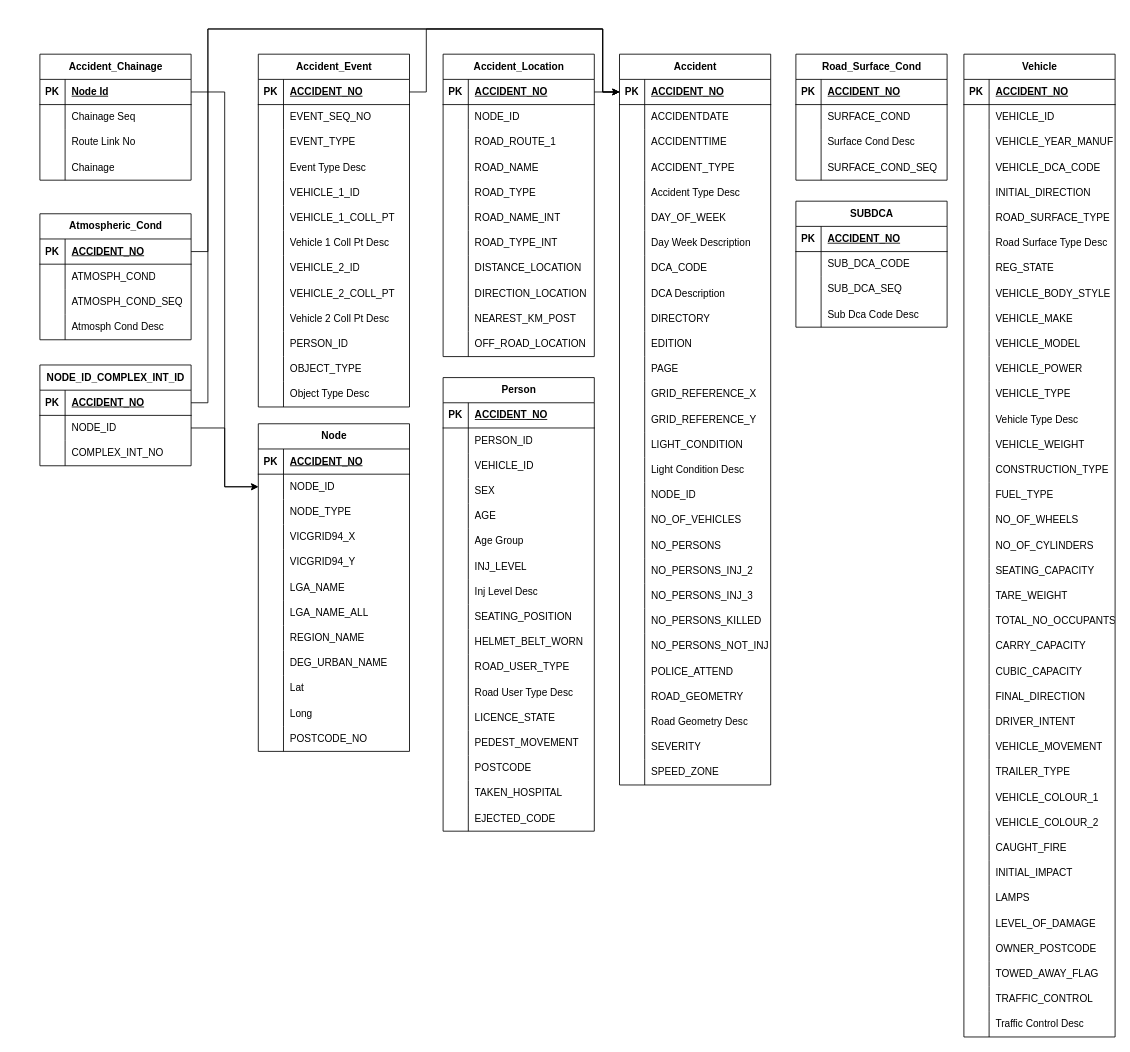
The draw.io diagram Untitled Diagram.drawio in khuongbui11/Harrybui.github.io, before the edit. Source tidied: cells renumbered, new cells numbered last; positions are measured from the earlier drawing's top-left corner, leaving out a move shared by most shapes. Both pictures are drawn from the tidied source at 84%, with x=0, y=0 at pixel (39, 29).
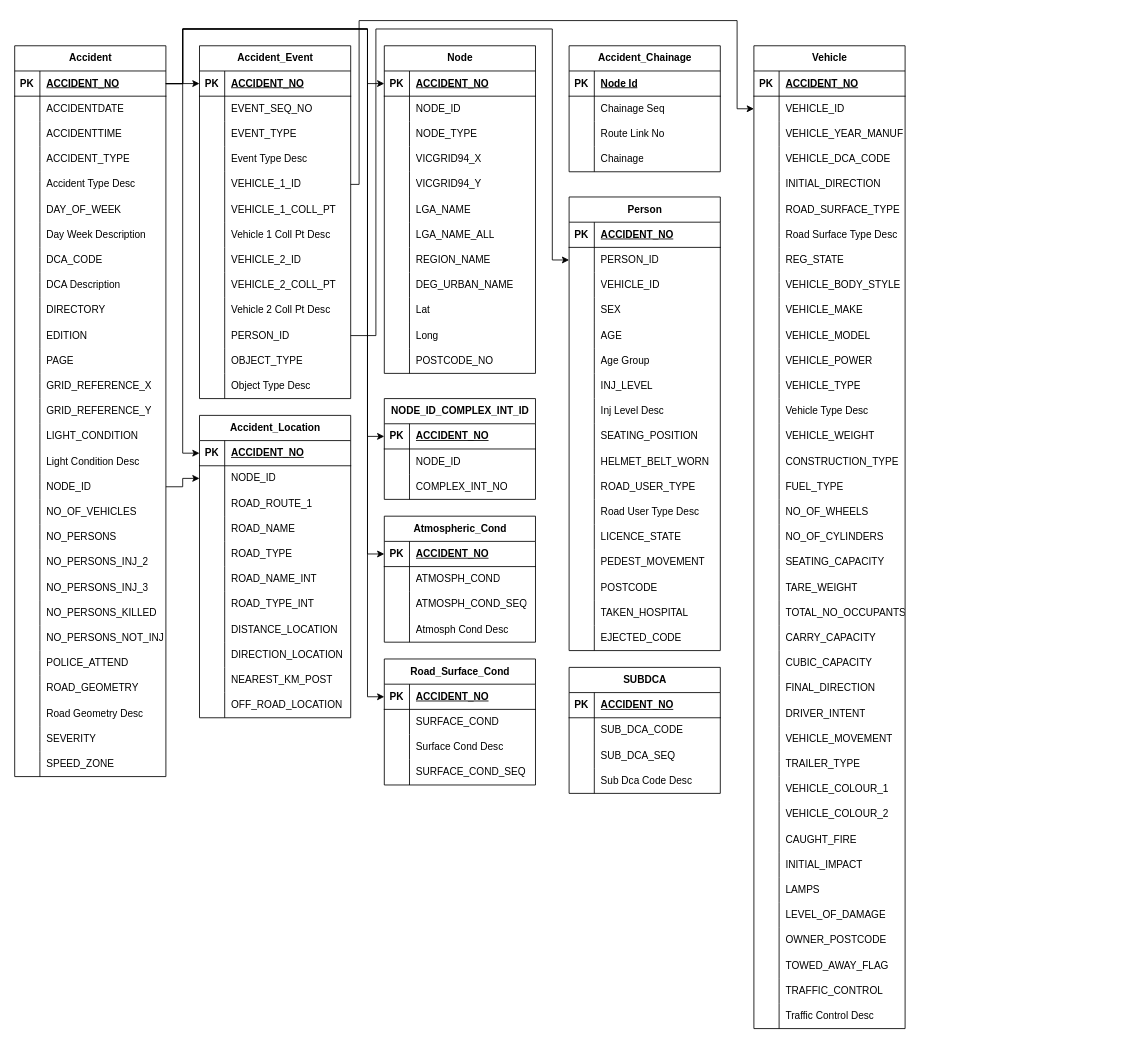
Above is the later version.

The change refers to these unchanged cells:
```xml
<mxCell id="3" style="shape=tableRow;horizontal=0;startSize=0;swimlaneHead=0;swimlaneBody=0;fillColor=none;points=[[0,0.5],[1,0.5]];portConstraint=eastwest;top=0;left=0;right=0;bottom=1;" parent="2" vertex="1">
  <mxGeometry y="30" width="180" height="30" as="geometry" />
</mxCell>
<mxCell id="16" style="shape=tableRow;horizontal=0;startSize=0;swimlaneHead=0;swimlaneBody=0;fillColor=none;points=[[0,0.5],[1,0.5]];portConstraint=eastwest;top=0;left=0;right=0;bottom=1;" parent="15" vertex="1">
  <mxGeometry y="30" width="180" height="30" as="geometry" />
</mxCell>
<mxCell id="28" style="shape=tableRow;horizontal=0;startSize=0;swimlaneHead=0;swimlaneBody=0;fillColor=none;points=[[0,0.5],[1,0.5]];portConstraint=eastwest;top=0;left=0;right=0;bottom=0;" parent="15" vertex="1">
  <mxGeometry y="150" width="180" height="30" as="geometry" />
</mxCell>
<mxCell id="46" style="shape=tableRow;horizontal=0;startSize=0;swimlaneHead=0;swimlaneBody=0;fillColor=none;points=[[0,0.5],[1,0.5]];portConstraint=eastwest;top=0;left=0;right=0;bottom=0;" parent="15" vertex="1">
  <mxGeometry y="330" width="180" height="30" as="geometry" />
</mxCell>
<mxCell id="56" style="shape=tableRow;horizontal=0;startSize=0;swimlaneHead=0;swimlaneBody=0;fillColor=none;points=[[0,0.5],[1,0.5]];portConstraint=eastwest;top=0;left=0;right=0;bottom=1;" parent="55" vertex="1">
  <mxGeometry y="30" width="180" height="30" as="geometry" />
</mxCell>
<mxCell id="59" style="shape=tableRow;horizontal=0;startSize=0;swimlaneHead=0;swimlaneBody=0;fillColor=none;points=[[0,0.5],[1,0.5]];portConstraint=eastwest;top=0;left=0;right=0;bottom=0;" parent="55" vertex="1">
  <mxGeometry y="60" width="180" height="30" as="geometry" />
</mxCell>
<mxCell id="90" style="shape=tableRow;horizontal=0;startSize=0;swimlaneHead=0;swimlaneBody=0;fillColor=none;points=[[0,0.5],[1,0.5]];portConstraint=eastwest;top=0;left=0;right=0;bottom=1;" parent="89" vertex="1">
  <mxGeometry y="30" width="180" height="30" as="geometry" />
</mxCell>
<mxCell id="93" style="shape=tableRow;horizontal=0;startSize=0;swimlaneHead=0;swimlaneBody=0;fillColor=none;points=[[0,0.5],[1,0.5]];portConstraint=eastwest;top=0;left=0;right=0;bottom=0;" parent="89" vertex="1">
  <mxGeometry y="60" width="180" height="30" as="geometry" />
</mxCell>
<mxCell id="127" style="shape=tableRow;horizontal=0;startSize=0;swimlaneHead=0;swimlaneBody=0;fillColor=none;points=[[0,0.5],[1,0.5]];portConstraint=eastwest;top=0;left=0;right=0;bottom=1;" parent="126" vertex="1">
  <mxGeometry y="30" width="180" height="30" as="geometry" />
</mxCell>
<mxCell id="175" style="shape=tableRow;horizontal=0;startSize=0;swimlaneHead=0;swimlaneBody=0;fillColor=none;points=[[0,0.5],[1,0.5]];portConstraint=eastwest;top=0;left=0;right=0;bottom=0;" parent="126" vertex="1">
  <mxGeometry y="510" width="180" height="30" as="geometry" />
</mxCell>
<mxCell id="212" style="shape=tableRow;horizontal=0;startSize=0;swimlaneHead=0;swimlaneBody=0;fillColor=none;points=[[0,0.5],[1,0.5]];portConstraint=eastwest;top=0;left=0;right=0;bottom=1;" parent="211" vertex="1">
  <mxGeometry y="30" width="180" height="30" as="geometry" />
</mxCell>
<mxCell id="225" style="shape=tableRow;horizontal=0;startSize=0;swimlaneHead=0;swimlaneBody=0;fillColor=none;points=[[0,0.5],[1,0.5]];portConstraint=eastwest;top=0;left=0;right=0;bottom=1;" parent="224" vertex="1">
  <mxGeometry y="30" width="180" height="30" as="geometry" />
</mxCell>
<mxCell id="228" style="shape=tableRow;horizontal=0;startSize=0;swimlaneHead=0;swimlaneBody=0;fillColor=none;points=[[0,0.5],[1,0.5]];portConstraint=eastwest;top=0;left=0;right=0;bottom=0;" parent="224" vertex="1">
  <mxGeometry y="60" width="180" height="30" as="geometry" />
</mxCell>
<mxCell id="238" style="shape=tableRow;horizontal=0;startSize=0;swimlaneHead=0;swimlaneBody=0;fillColor=none;points=[[0,0.5],[1,0.5]];portConstraint=eastwest;top=0;left=0;right=0;bottom=0;" parent="234" vertex="1">
  <mxGeometry y="60" width="180" height="30" as="geometry" />
</mxCell>
<mxCell id="287" style="shape=tableRow;horizontal=0;startSize=0;swimlaneHead=0;swimlaneBody=0;fillColor=none;points=[[0,0.5],[1,0.5]];portConstraint=eastwest;top=0;left=0;right=0;bottom=1;" parent="286" vertex="1">
  <mxGeometry y="30" width="180" height="30" as="geometry" />
</mxCell>
<mxCell id="316" style="shape=tableRow;horizontal=0;startSize=0;swimlaneHead=0;swimlaneBody=0;fillColor=none;points=[[0,0.5],[1,0.5]];portConstraint=eastwest;top=0;left=0;right=0;bottom=0;" parent="312" vertex="1">
  <mxGeometry y="60" width="180" height="30" as="geometry" />
</mxCell>
```

Change to the diagram source:
```diff
@@
     <mxCell id="2" value="Accident_Chainage" style="shape=table;startSize=30;childLayout=tableLayout;rowLines=0;fontStyle=1;align=center;html=1;" parent="1" vertex="1">
-      <mxGeometry y="30" width="180" height="150" as="geometry" />
+      <mxGeometry x="630" y="20" width="180" height="150" as="geometry" />
     </mxCell>
@@
     <mxCell id="15" value="Accident_Event" style="shape=table;startSize=30;childLayout=tableLayout;rowLines=0;fontStyle=1;align=center;html=1;" parent="1" vertex="1">
-      <mxGeometry x="260" y="30" width="180" height="420" as="geometry" />
+      <mxGeometry x="190" y="20" width="180" height="420" as="geometry" />
     </mxCell>
@@
     <mxCell id="55" value="Accident_Location" style="shape=table;startSize=30;childLayout=tableLayout;rowLines=0;fontStyle=1;align=center;html=1;" parent="1" vertex="1">
-      <mxGeometry x="480" y="30" width="180" height="360" as="geometry" />
+      <mxGeometry x="190" y="460" width="180" height="360" as="geometry" />
     </mxCell>
@@
     <mxCell id="89" value="Node" style="shape=table;startSize=30;childLayout=tableLayout;rowLines=0;fontStyle=1;align=center;html=1;" parent="1" vertex="1">
-      <mxGeometry x="260" y="470" width="180" height="390" as="geometry" />
+      <mxGeometry x="410" y="20" width="180" height="390" as="geometry" />
     </mxCell>
@@
     <mxCell id="126" value="Accident" style="shape=table;startSize=30;childLayout=tableLayout;rowLines=0;fontStyle=1;align=center;html=1;" parent="1" vertex="1">
-      <mxGeometry x="690" y="30" width="180" height="870" as="geometry" />
+      <mxGeometry x="-30" y="20" width="180" height="870" as="geometry" />
     </mxCell>
@@
     <mxCell id="211" value="Atmospheric_Cond" style="shape=table;startSize=30;childLayout=tableLayout;rowLines=0;fontStyle=1;align=center;html=1;" parent="1" vertex="1">
-      <mxGeometry y="220" width="180" height="150" as="geometry" />
+      <mxGeometry x="410" y="580" width="180" height="150" as="geometry" />
     </mxCell>
@@
     <mxCell id="224" value="NODE_ID_COMPLEX_INT_ID" style="shape=table;startSize=30;childLayout=tableLayout;rowLines=0;fontStyle=1;align=center;html=1;" parent="1" vertex="1">
-      <mxGeometry y="400" width="180" height="120" as="geometry" />
+      <mxGeometry x="410" y="440" width="180" height="120" as="geometry" />
     </mxCell>
@@
     <mxCell id="234" value="Person" style="shape=table;startSize=30;childLayout=tableLayout;rowLines=0;fontStyle=1;align=center;html=1;" parent="1" vertex="1">
-      <mxGeometry x="480" y="415" width="180" height="540" as="geometry" />
+      <mxGeometry x="630" y="200" width="180" height="540" as="geometry" />
     </mxCell>
@@
     <mxCell id="286" value="Road_Surface_Cond" style="shape=table;startSize=30;childLayout=tableLayout;rowLines=0;fontStyle=1;align=center;html=1;" parent="1" vertex="1">
-      <mxGeometry x="900" y="30" width="180" height="150" as="geometry" />
+      <mxGeometry x="410" y="750" width="180" height="150" as="geometry" />
     </mxCell>
@@
     <mxCell id="299" value="SUBDCA" style="shape=table;startSize=30;childLayout=tableLayout;rowLines=0;fontStyle=1;align=center;html=1;" parent="1" vertex="1">
-      <mxGeometry x="900" y="205" width="180" height="150" as="geometry" />
+      <mxGeometry x="630" y="760" width="180" height="150" as="geometry" />
     </mxCell>
@@
     <mxCell id="312" value="Vehicle" style="shape=table;startSize=30;childLayout=tableLayout;rowLines=0;fontStyle=1;align=center;html=1;" parent="1" vertex="1">
-      <mxGeometry x="1100" y="30" width="180" height="1170" as="geometry" />
+      <mxGeometry x="850" y="20" width="180" height="1170" as="geometry" />
     </mxCell>
@@
-    <mxCell id="427" style="endArrow=none;html=1;rounded=0;exitX=1;exitY=0.5;exitDx=0;exitDy=0;entryX=0;entryY=0.5;entryDx=0;entryDy=0;" parent="1" edge="1" source="56" target="127">
-      <mxGeometry relative="1" as="geometry" />
-    </mxCell>
-    <mxCell id="428" style="edgeStyle=orthogonalEdgeStyle;rounded=0;jettySize=auto;html=1;exitX=1;exitY=0.5;exitDx=0;exitDy=0;entryX=0;entryY=0.5;entryDx=0;entryDy=0;" parent="1" edge="1" source="16" target="127">
-      <mxGeometry relative="1" as="geometry">
-        <Array as="points">
-          <mxPoint x="460" y="75" />
-          <mxPoint x="460" />
-          <mxPoint x="670" />
-          <mxPoint x="670" y="75" />
-        </Array>
-      </mxGeometry>
-    </mxCell>
-    <mxCell id="429" style="edgeStyle=orthogonalEdgeStyle;rounded=0;jettySize=auto;html=1;exitX=1;exitY=0.5;exitDx=0;exitDy=0;" parent="1" edge="1" source="212" target="127">
-      <mxGeometry relative="1" as="geometry">
-        <Array as="points">
-          <mxPoint x="200" y="265" />
-          <mxPoint x="200" />
-          <mxPoint x="670" />
-          <mxPoint x="670" y="75" />
-        </Array>
-      </mxGeometry>
-    </mxCell>
-    <mxCell id="430" style="edgeStyle=orthogonalEdgeStyle;rounded=0;jettySize=auto;html=1;exitX=1;exitY=0.5;exitDx=0;exitDy=0;" parent="1" edge="1" source="225" target="127">
-      <mxGeometry relative="1" as="geometry">
-        <Array as="points">
-          <mxPoint x="200" y="445" />
-          <mxPoint x="200" />
-          <mxPoint x="670" />
-          <mxPoint x="670" y="75" />
-        </Array>
-      </mxGeometry>
-    </mxCell>
-    <mxCell id="431" style="edgeStyle=orthogonalEdgeStyle;rounded=0;jettySize=auto;html=1;exitX=1;exitY=0.5;exitDx=0;exitDy=0;" parent="1" edge="1" source="3" target="93">
-      <mxGeometry relative="1" as="geometry" />
-    </mxCell>
-    <mxCell id="432" style="edgeStyle=orthogonalEdgeStyle;rounded=0;jettySize=auto;html=1;exitX=1;exitY=0.5;exitDx=0;exitDy=0;entryX=0;entryY=0.5;entryDx=0;entryDy=0;" parent="1" edge="1" source="228" target="93">
-      <mxGeometry relative="1" as="geometry" />
-    </mxCell>
+    <mxCell id="433" style="edgeStyle=orthogonalEdgeStyle;rounded=0;jettySize=auto;html=1;exitX=1;exitY=0.5;exitDx=0;exitDy=0;entryX=0;entryY=0.5;entryDx=0;entryDy=0;" parent="1" edge="1" source="127" target="16">
+      <mxGeometry relative="1" as="geometry" />
+    </mxCell>
+    <mxCell id="434" style="edgeStyle=orthogonalEdgeStyle;rounded=0;jettySize=auto;html=1;exitX=1;exitY=0.5;exitDx=0;exitDy=0;entryX=0;entryY=0.5;entryDx=0;entryDy=0;" parent="1" edge="1" source="127" target="56">
+      <mxGeometry relative="1" as="geometry" />
+    </mxCell>
+    <mxCell id="435" style="edgeStyle=orthogonalEdgeStyle;rounded=0;jettySize=auto;html=1;exitX=1;exitY=0.5;exitDx=0;exitDy=0;entryX=0;entryY=0.5;entryDx=0;entryDy=0;" parent="1" edge="1" source="127" target="90">
+      <mxGeometry relative="1" as="geometry">
+        <Array as="points">
+          <mxPoint x="170" y="65" />
+          <mxPoint x="170" />
+          <mxPoint x="390" />
+          <mxPoint x="390" y="65" />
+        </Array>
+      </mxGeometry>
+    </mxCell>
+    <mxCell id="436" style="edgeStyle=orthogonalEdgeStyle;rounded=0;jettySize=auto;html=1;exitX=1;exitY=0.5;exitDx=0;exitDy=0;" parent="1" edge="1" source="127" target="225">
+      <mxGeometry relative="1" as="geometry">
+        <Array as="points">
+          <mxPoint x="170" y="65" />
+          <mxPoint x="170" />
+          <mxPoint x="390" />
+          <mxPoint x="390" y="485" />
+        </Array>
+      </mxGeometry>
+    </mxCell>
+    <mxCell id="437" style="edgeStyle=orthogonalEdgeStyle;rounded=0;jettySize=auto;html=1;exitX=1;exitY=0.5;exitDx=0;exitDy=0;entryX=0;entryY=0.5;entryDx=0;entryDy=0;" parent="1" edge="1" source="127" target="212">
+      <mxGeometry relative="1" as="geometry">
+        <Array as="points">
+          <mxPoint x="170" y="65" />
+          <mxPoint x="170" />
+          <mxPoint x="390" />
+          <mxPoint x="390" y="625" />
+        </Array>
+      </mxGeometry>
+    </mxCell>
+    <mxCell id="438" style="edgeStyle=orthogonalEdgeStyle;rounded=0;jettySize=auto;html=1;exitX=1;exitY=0.5;exitDx=0;exitDy=0;entryX=0;entryY=0.5;entryDx=0;entryDy=0;" parent="1" edge="1" source="127" target="287">
+      <mxGeometry relative="1" as="geometry">
+        <Array as="points">
+          <mxPoint x="170" y="65" />
+          <mxPoint x="170" />
+          <mxPoint x="390" />
+          <mxPoint x="390" y="795" />
+        </Array>
+      </mxGeometry>
+    </mxCell>
+    <mxCell id="439" style="edgeStyle=orthogonalEdgeStyle;rounded=0;jettySize=auto;html=1;exitX=1;exitY=0.5;exitDx=0;exitDy=0;entryX=0;entryY=0.5;entryDx=0;entryDy=0;" parent="1" edge="1" source="175" target="59">
+      <mxGeometry relative="1" as="geometry" />
+    </mxCell>
+    <mxCell id="440" style="edgeStyle=orthogonalEdgeStyle;rounded=0;jettySize=auto;html=1;exitX=1;exitY=0.5;exitDx=0;exitDy=0;entryX=0;entryY=0.5;entryDx=0;entryDy=0;" parent="1" edge="1" source="46" target="238">
+      <mxGeometry relative="1" as="geometry">
+        <Array as="points">
+          <mxPoint x="400" y="365" />
+          <mxPoint x="400" />
+          <mxPoint x="610" />
+          <mxPoint x="610" y="275" />
+        </Array>
+      </mxGeometry>
+    </mxCell>
+    <mxCell id="441" style="edgeStyle=orthogonalEdgeStyle;rounded=0;jettySize=auto;html=1;exitX=1;exitY=0.5;exitDx=0;exitDy=0;entryX=0;entryY=0.5;entryDx=0;entryDy=0;" parent="1" edge="1" source="28" target="316">
+      <mxGeometry relative="1" as="geometry">
+        <Array as="points">
+          <mxPoint x="380" y="185" />
+          <mxPoint x="380" y="-10" />
+          <mxPoint x="830" y="-10" />
+          <mxPoint x="830" y="95" />
+        </Array>
+      </mxGeometry>
+    </mxCell>
```
